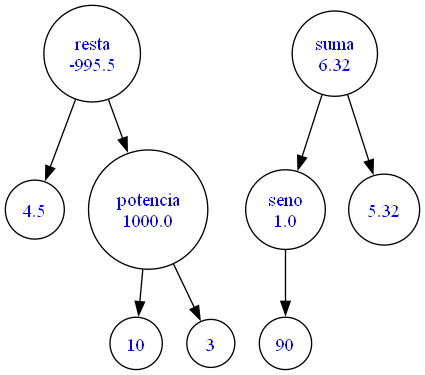
This is GraficaArbol.png from Javier-201906795/LFP_S2_2023_Proyecto1_201906795, a Graphviz export, as it was before one commit. Its source is kept beside it as GraficaArbol.dot.
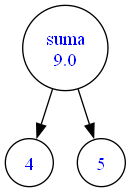
After the change.

Change to the diagram source:
```diff
@@ -1,23 +1,9 @@
 digraph Grafica {
 	node [fillcolor=white fontcolor=blue shape=circle style=filled]
-	x1 [label=4.5]
-	x2 [label=10]
-	x3 [label=3]
-	x4 [label="potencia
-1000.0"]
-	x4 -> x3
-	x4 -> x2
-	x5 [label="resta
--995.5"]
-	x5 -> x4
-	x5 -> x1
-	x6 [label="seno
-1.0"]
-	x7 [label=90]
-	x6 -> x7
-	x8 [label=5.32]
-	x9 [label="suma
-6.32"]
-	x9 -> x8
-	x9 -> x6
+	x4 [label=4]
+	x5 [label=5]
+	x6 [label="suma
+9.0"]
+	x6 -> x5
+	x6 -> x4
 }
```
